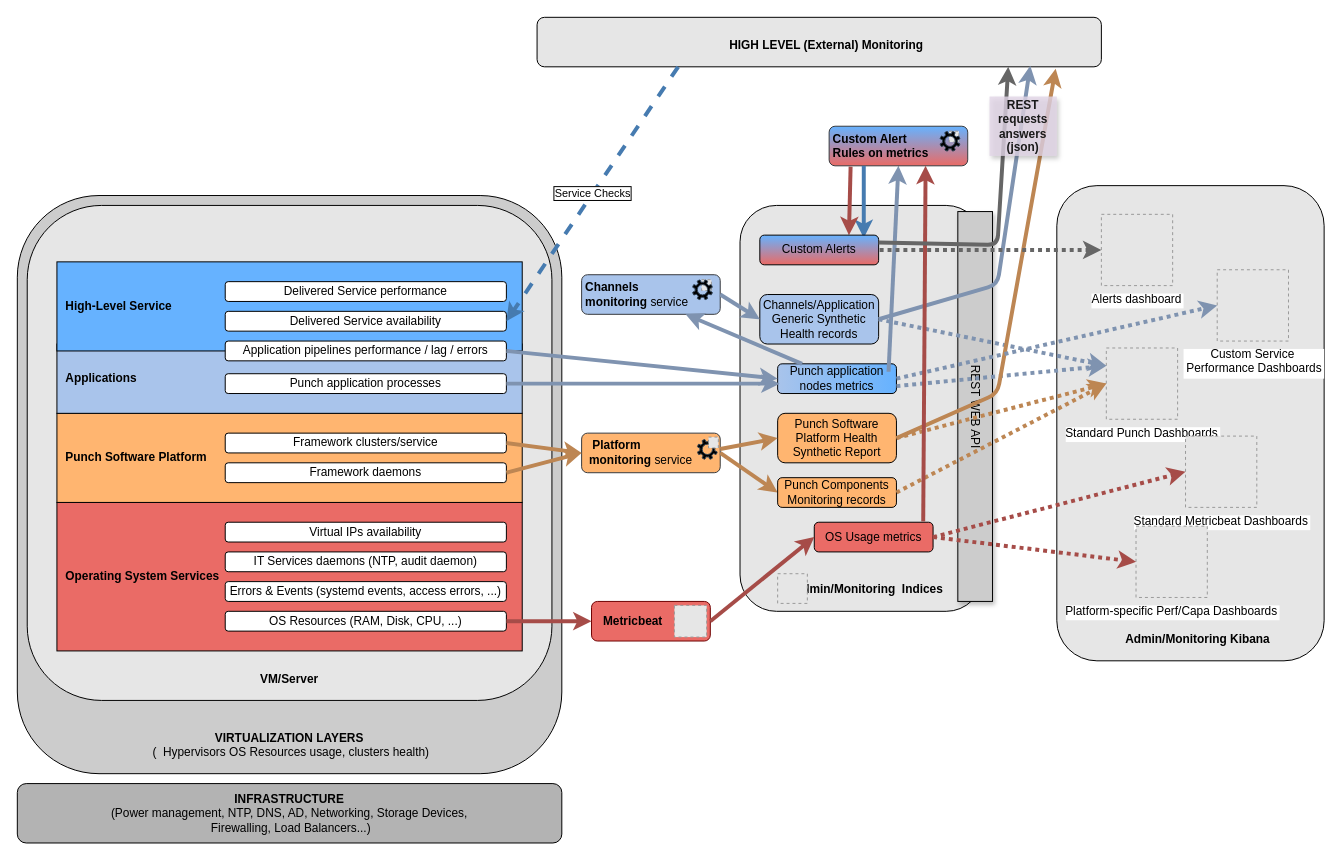
Earlier version of the draw.io diagram page "MonitoringTools" (2 of 4) of schemas/Monitoring.drawio (punchplatform/material). Source tidied: cells renumbered, new cells numbered last; positions are measured from the earlier drawing's top-left corner, leaving out a move shared by most shapes. Both pictures are drawn from the tidied source at 99%, with x=0, y=0 at pixel (17, 17). Pictures stored in the file or linked from it are replaced by grey dashed boxes.
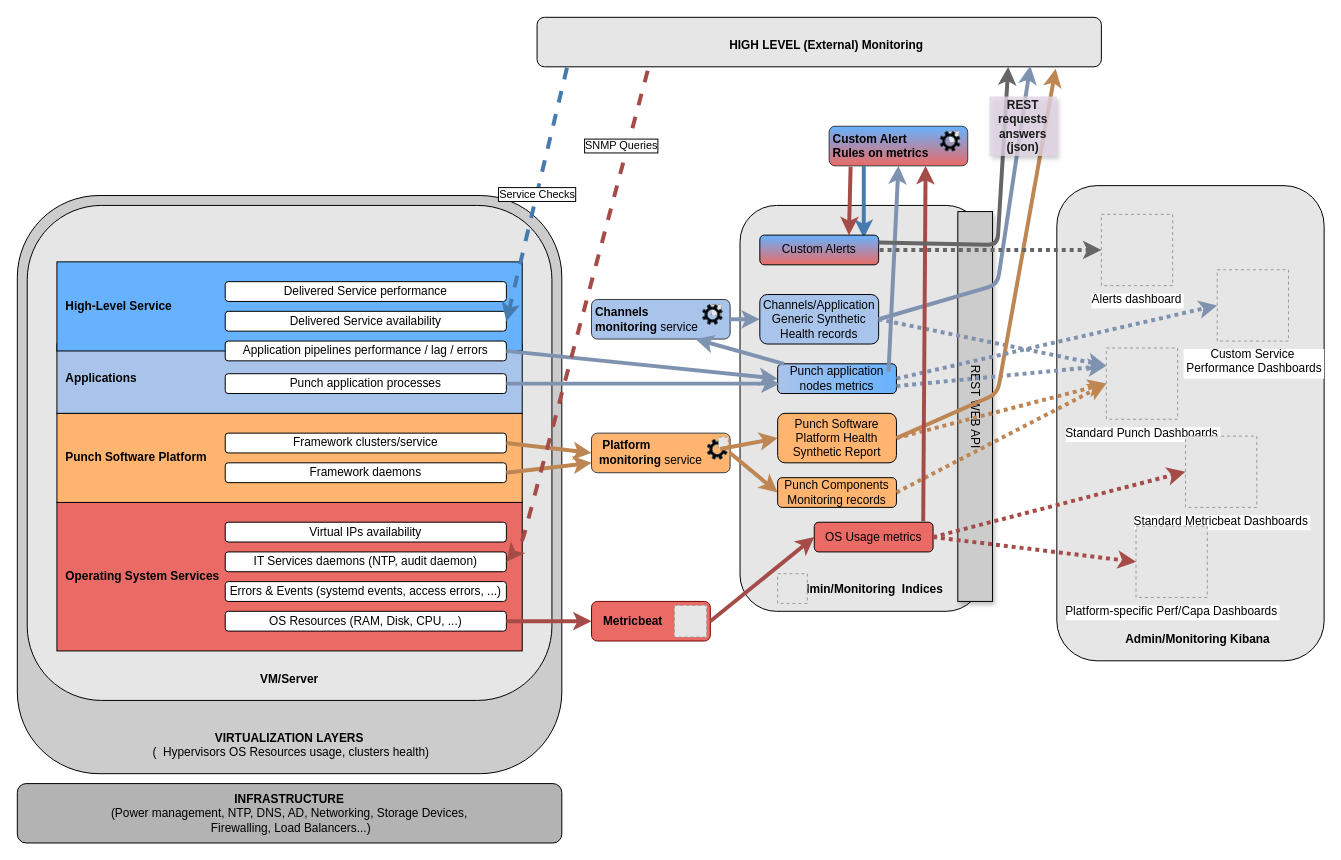
After the change.

Commit message (it also covers changes not shown here):
added reference architecture diagrams for dual sites + diagrams about monitoring and tools

The change refers to these unchanged cells:
```xml
<mxCell id="12" value="Framework daemons" style="rounded=1;whiteSpace=wrap;html=1;" parent="1" vertex="1">
  <mxGeometry x="210" y="450" width="284" height="20" as="geometry" />
</mxCell>
<mxCell id="14" value="IT Services daemons (NTP, audit daemon)" style="rounded=1;whiteSpace=wrap;html=1;" parent="1" vertex="1">
  <mxGeometry x="210" y="540" width="284" height="20" as="geometry" />
</mxCell>
<mxCell id="18" value="Delivered Service availability" style="rounded=1;whiteSpace=wrap;html=1;" parent="1" vertex="1">
  <mxGeometry x="210" y="297" width="284" height="20" as="geometry" />
</mxCell>
<mxCell id="29" value="&lt;font style=&quot;font-size: 12px&quot;&gt;&amp;nbsp;Platform&lt;br&gt;monitoring &lt;span style=&quot;font-weight: normal&quot;&gt;service&lt;/span&gt;&lt;/font&gt;" style="rounded=1;whiteSpace=wrap;html=1;align=left;strokeColor=#36393d;fillColor=#FFB570;fontStyle=1;spacingLeft=6;" parent="28" vertex="1">
  <mxGeometry width="140" height="40" as="geometry" />
</mxCell>
<mxCell id="52" value="&lt;b&gt;HIGH LEVEL (External) Monitoring&lt;/b&gt;" style="rounded=1;whiteSpace=wrap;html=1;imageVerticalAlign=bottom;verticalAlign=bottom;spacingBottom=13;fillColor=#E6E6E6;spacingLeft=15;" parent="1" vertex="1">
  <mxGeometry x="525" width="570" height="50" as="geometry" />
</mxCell>
```

The edit, as a diff of the source:
```diff
@@
     <mxCell id="21" style="group;spacingLeft=2;" parent="1" vertex="1">
-      <mxGeometry x="570" y="260" width="140" height="40" as="geometry" />
+      <mxGeometry x="580" y="285" width="140" height="40" as="geometry" />
     </mxCell>
@@
     <mxCell id="28" style="group;fontStyle=1;" parent="1" vertex="1">
-      <mxGeometry x="570" y="420" width="140" height="40" as="geometry" />
+      <mxGeometry x="580" y="420" width="140" height="40" as="geometry" />
     </mxCell>
@@
-    <mxCell id="46" style="endArrow=classic;html=1;fontColor=#000000;strokeWidth=4;shadow=0;labelBorderColor=#000000;exitX=1;exitY=0.5;exitDx=0;exitDy=0;strokeColor=#BD8653;" parent="1" edge="1" source="12">
-      <mxGeometry relative="1" as="geometry">
-        <mxPoint x="570" y="440" as="targetPoint" />
-      </mxGeometry>
+    <mxCell id="46" style="endArrow=classic;html=1;fontColor=#000000;strokeWidth=4;shadow=0;labelBorderColor=#000000;exitX=1;exitY=0.5;exitDx=0;exitDy=0;strokeColor=#BD8653;entryX=0;entryY=0.75;entryDx=0;entryDy=0;" parent="1" edge="1" source="12" target="29">
+      <mxGeometry relative="1" as="geometry" />
     </mxCell>
@@
-    <mxCell id="77" value="Service Checks" style="endArrow=classic;html=1;fontColor=#000000;strokeWidth=4;shadow=0;labelBorderColor=#000000;exitX=0.25;exitY=1;exitDx=0;exitDy=0;entryX=1;entryY=0.5;entryDx=0;entryDy=0;dashed=1;strokeColor=#467BB0;" parent="1" edge="1" source="52" target="18">
+    <mxCell id="77" value="Service Checks" style="endArrow=classic;html=1;fontColor=#000000;strokeWidth=4;shadow=0;labelBorderColor=#000000;exitX=0.053;exitY=1.02;exitDx=0;exitDy=0;entryX=1;entryY=0.5;entryDx=0;entryDy=0;dashed=1;strokeColor=#467BB0;exitPerimeter=0;" parent="1" edge="1" source="52" target="18">
       <mxGeometry relative="1" as="geometry" />
     </mxCell>
@@
+    <mxCell id="82" value="SNMP Queries" style="endArrow=classic;html=1;fontColor=#000000;strokeWidth=4;shadow=0;labelBorderColor=#000000;exitX=0.196;exitY=1.08;exitDx=0;exitDy=0;entryX=1;entryY=0.5;entryDx=0;entryDy=0;dashed=1;exitPerimeter=0;strokeColor=#A64C48;" parent="1" edge="1" source="52" target="14">
+      <mxGeometry x="-0.69" y="-6" relative="1" as="geometry">
+        <Array as="points">
+          <mxPoint x="510" y="530" />
+        </Array>
+      </mxGeometry>
+    </mxCell>
```
